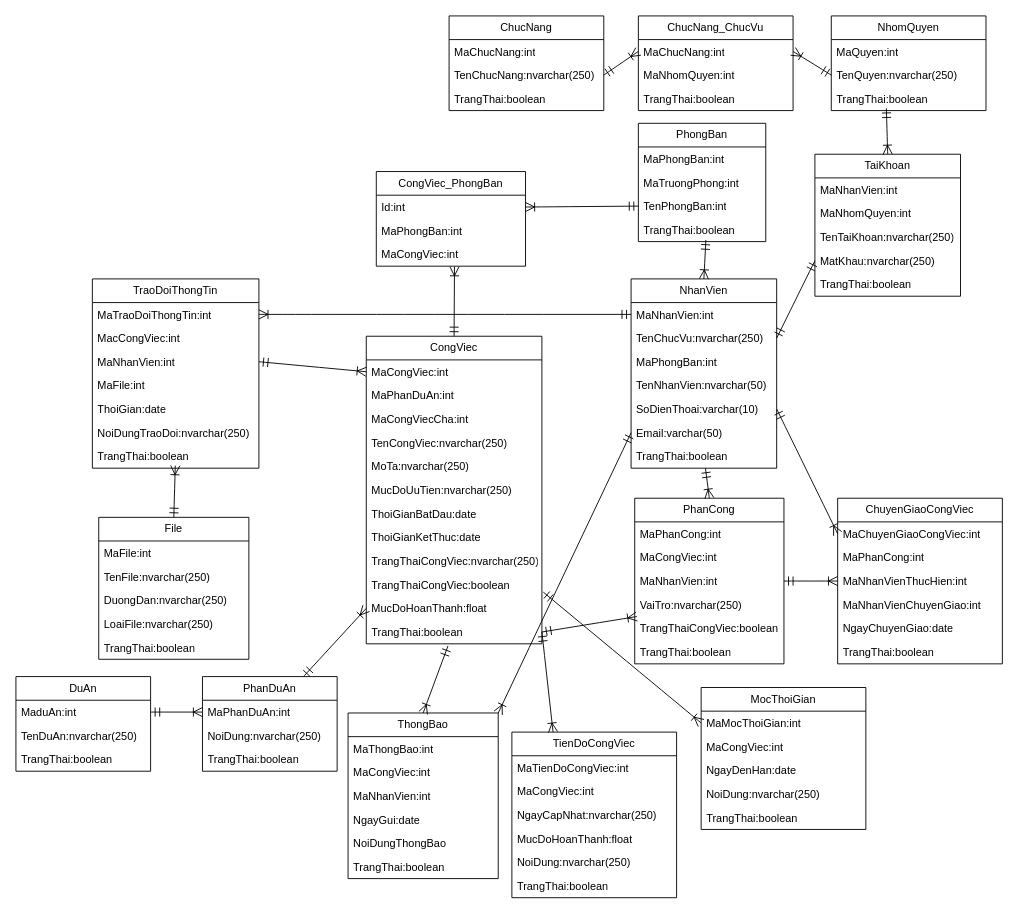
Above: new dacn+.net.drawio in maivantai2003/vercelDemo (draw.io), before the change. Source tidied: cells renumbered, new cells numbered last; positions are measured from the earlier drawing's top-left corner, leaving out a move shared by most shapes. Both pictures are drawn from the tidied source at 91%, with x=0, y=0 at pixel (15, 15).
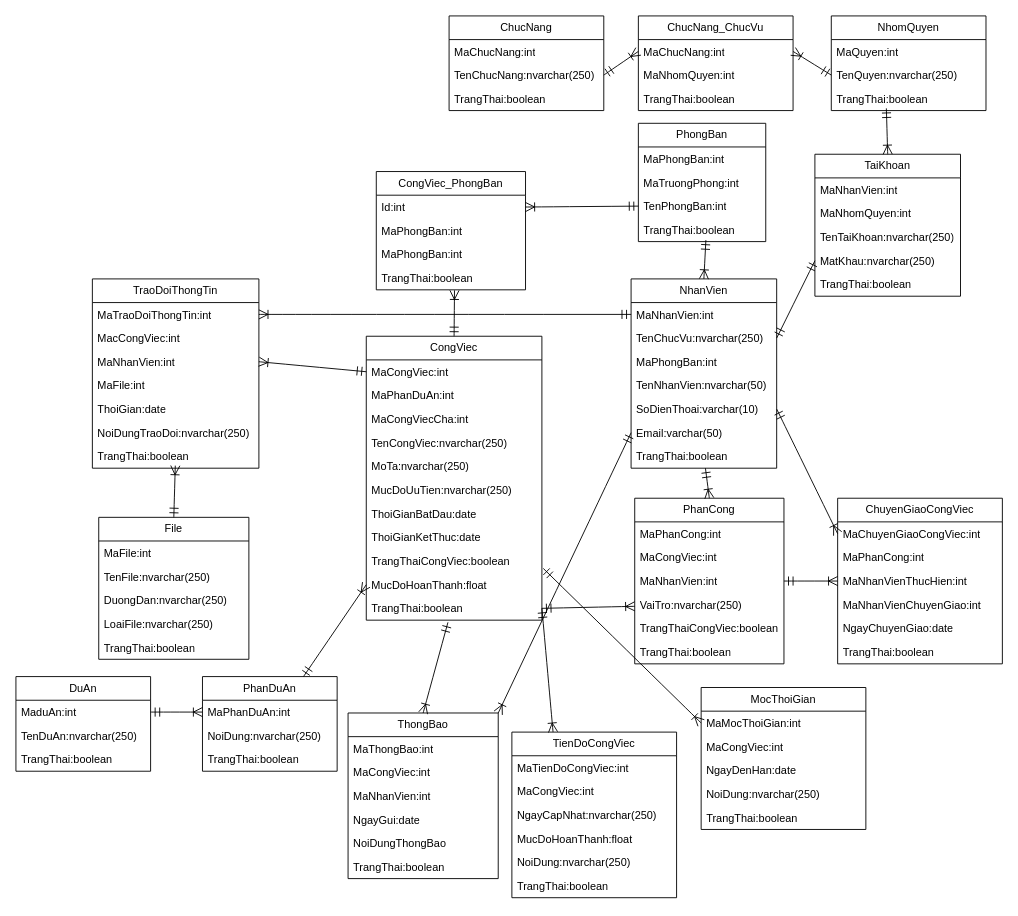
Above is the later version.

Commit message:
Cập nhật new dacn+.net.drawio

Unchanged cells that the change refers to:
```xml
<mxCell id="15" value="MaCongViec:int" style="text;strokeColor=none;fillColor=none;align=left;verticalAlign=top;spacingLeft=4;spacingRight=4;overflow=hidden;points=[[0,0.5],[1,0.5]];portConstraint=eastwest;whiteSpace=wrap;html=1;" parent="14" vertex="1">
  <mxGeometry y="26" width="193" height="26" as="geometry" />
</mxCell>
<mxCell id="69" value="MaNhanVien:int" style="text;strokeColor=none;fillColor=none;align=left;verticalAlign=top;spacingLeft=4;spacingRight=4;overflow=hidden;points=[[0,0.5],[1,0.5]];portConstraint=eastwest;whiteSpace=wrap;html=1;" parent="66" vertex="1">
  <mxGeometry y="78" width="183" height="26" as="geometry" />
</mxCell>
```

The edit, as a diff of the source:
```diff
@@
     <mxCell id="14" value="CongViec" style="swimlane;fontStyle=0;horizontal=1;startSize=26;fillColor=none;whiteSpace=wrap;html=1;" parent="1" vertex="1">
-      <mxGeometry x="385" y="352" width="193" height="338" as="geometry" />
+      <mxGeometry x="385" y="352" width="193" height="312" as="geometry" />
     </mxCell>
@@
-    <mxCell id="23" value="TrangThaiCongViec:nvarchar(250)" style="text;strokeColor=none;fillColor=none;align=left;verticalAlign=top;spacingLeft=4;spacingRight=4;overflow=hidden;whiteSpace=wrap;html=1;" parent="14" vertex="1">
-      <mxGeometry y="234" width="193" height="26" as="geometry" />
-    </mxCell>
     <mxCell id="24" value="TrangThaiCongViec:boolean" style="text;strokeColor=none;fillColor=none;align=left;verticalAlign=top;spacingLeft=4;spacingRight=4;overflow=hidden;points=[[0,0.5],[1,0.5]];portConstraint=eastwest;whiteSpace=wrap;html=1;" parent="14" vertex="1">
-      <mxGeometry y="260" width="193" height="26" as="geometry" />
+      <mxGeometry y="234" width="193" height="26" as="geometry" />
     </mxCell>
     <mxCell id="25" value="MucDoHoanThanh:float" style="text;strokeColor=none;fillColor=none;align=left;verticalAlign=top;spacingLeft=4;spacingRight=4;overflow=hidden;points=[[0,0.5],[1,0.5]];portConstraint=eastwest;whiteSpace=wrap;html=1;" parent="14" vertex="1">
-      <mxGeometry y="286" width="193" height="26" as="geometry" />
+      <mxGeometry y="260" width="193" height="26" as="geometry" />
     </mxCell>
     <mxCell id="26" value="TrangThai:boolean" style="text;strokeColor=none;fillColor=none;align=left;verticalAlign=top;spacingLeft=4;spacingRight=4;overflow=hidden;points=[[0,0.5],[1,0.5]];portConstraint=eastwest;whiteSpace=wrap;html=1;" parent="14" vertex="1">
-      <mxGeometry y="312" width="193" height="26" as="geometry" />
+      <mxGeometry y="286" width="193" height="26" as="geometry" />
     </mxCell>
@@
     <mxCell id="42" value="CongViec_PhongBan" style="swimlane;fontStyle=0;horizontal=1;startSize=26;fillColor=none;whiteSpace=wrap;html=1;" parent="1" vertex="1">
-      <mxGeometry x="396" y="171" width="164" height="104" as="geometry" />
+      <mxGeometry x="396" y="171" width="164" height="130" as="geometry" />
     </mxCell>
@@
+    <mxCell id="127" value="MaPhongBan:int" style="text;strokeColor=none;fillColor=none;align=left;verticalAlign=top;spacingLeft=4;spacingRight=4;overflow=hidden;whiteSpace=wrap;html=1;" parent="42" vertex="1">
+      <mxGeometry y="78" width="164" height="26" as="geometry" />
+    </mxCell>
-    <mxCell id="45" value="MaCongViec:int" style="text;strokeColor=none;fillColor=none;align=left;verticalAlign=top;spacingLeft=4;spacingRight=4;overflow=hidden;points=[[0,0.5],[1,0.5]];portConstraint=eastwest;whiteSpace=wrap;html=1;" parent="42" vertex="1">
-      <mxGeometry y="78" width="164" height="26" as="geometry" />
+    <mxCell id="45" value="TrangThai:boolean" style="text;strokeColor=none;fillColor=none;align=left;verticalAlign=top;spacingLeft=4;spacingRight=4;overflow=hidden;points=[[0,0.5],[1,0.5]];portConstraint=eastwest;whiteSpace=wrap;html=1;" parent="42" vertex="1">
+      <mxGeometry y="104" width="164" height="26" as="geometry" />
     </mxCell>
@@
-    <mxCell id="116" style="edgeStyle=none;curved=1;rounded=0;jettySize=auto;html=1;exitX=1;exitY=0.5;exitDx=0;exitDy=0;entryX=0;entryY=0.5;entryDx=0;entryDy=0;fontSize=12;startSize=8;endSize=8;endArrow=ERoneToMany;endFill=0;startArrow=ERmandOne;startFill=0;" parent="1" edge="1" source="69" target="15">
+    <mxCell id="116" style="edgeStyle=none;curved=1;rounded=0;jettySize=auto;html=1;exitX=1;exitY=0.5;exitDx=0;exitDy=0;entryX=0;entryY=0.5;entryDx=0;entryDy=0;fontSize=12;startSize=8;endSize=8;endArrow=ERmandOne;endFill=0;startArrow=ERoneToMany;startFill=0;" parent="1" edge="1" source="69" target="15">
       <mxGeometry relative="1" as="geometry" />
     </mxCell>
```
